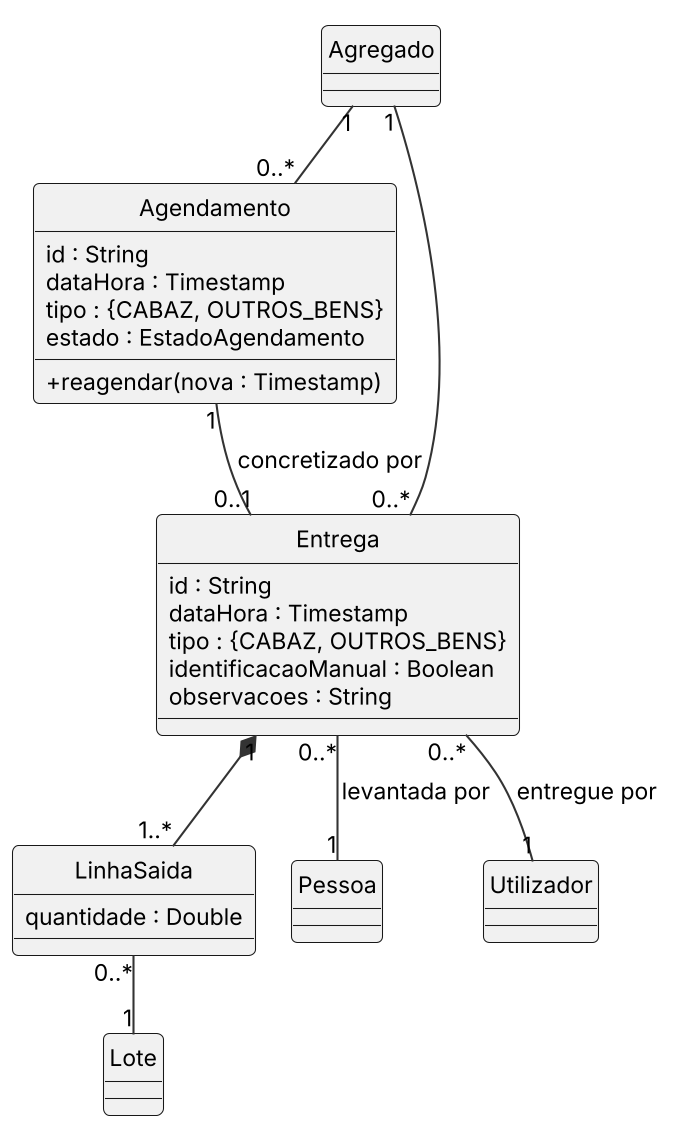
The PlantUML diagram Docs/diagramas/cl_entregas.png in Miguel31028/GASC, before a commit.
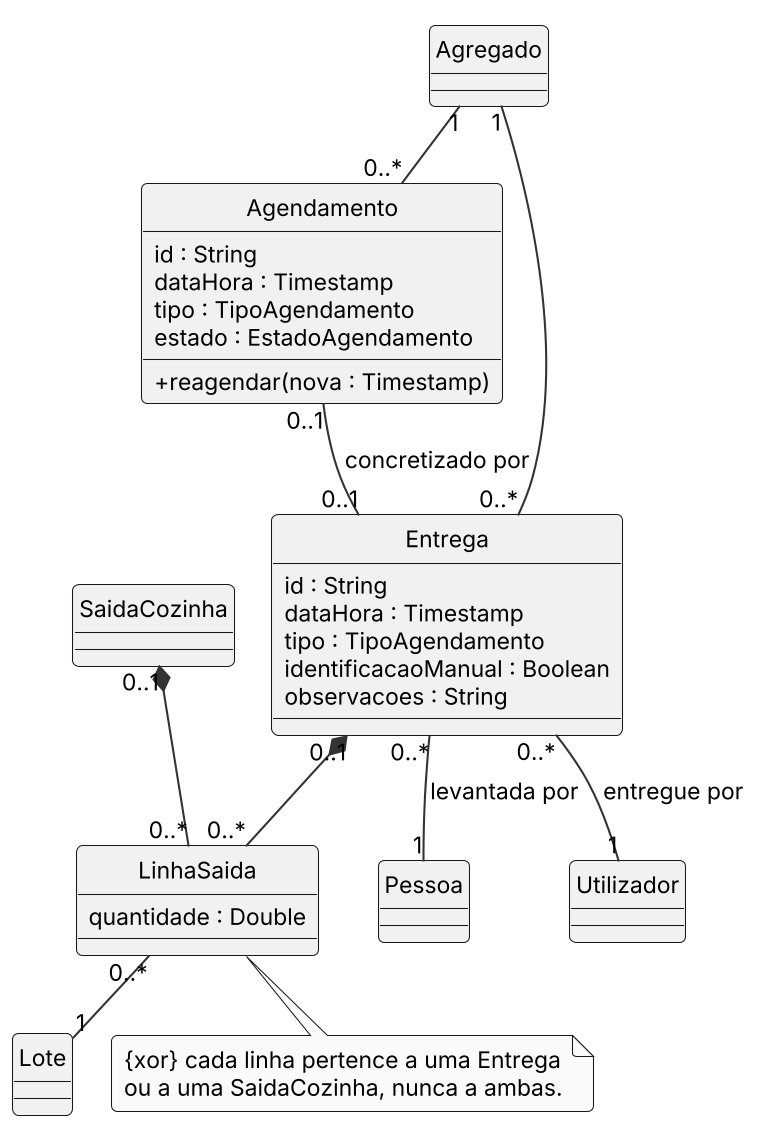
Above is the later version.

Diff of the diagram source:
```diff
@@ -5,29 +5,32 @@
 class Agendamento {
   id : String
   dataHora : Timestamp
-  tipo : {CABAZ, OUTROS_BENS}
+  tipo : TipoAgendamento
   estado : EstadoAgendamento
   +reagendar(nova : Timestamp)
 }
 class Entrega {
   id : String
   dataHora : Timestamp
-  tipo : {CABAZ, OUTROS_BENS}
+  tipo : TipoAgendamento
   identificacaoManual : Boolean
   observacoes : String
 }
 class LinhaSaida {
   quantidade : Double
 }
+class SaidaCozinha
 class Agregado
 class Pessoa
 class Utilizador
 class Lote
 Agregado "1" -- "0..*" Agendamento
-Agendamento "1" -- "0..1" Entrega : concretizado por >
+Agendamento "0..1" -- "0..1" Entrega : concretizado por >
 Agregado "1" -- "0..*" Entrega
 Entrega "0..*" -- "1" Pessoa : levantada por >
 Entrega "0..*" -- "1" Utilizador : entregue por >
-Entrega "1" *-- "1..*" LinhaSaida
+Entrega "0..1" *-- "0..*" LinhaSaida
+SaidaCozinha "0..1" *-- "0..*" LinhaSaida
 LinhaSaida "0..*" -- "1" Lote
+note bottom of LinhaSaida : {xor} cada linha pertence a uma Entrega\nou a uma SaidaCozinha, nunca a ambas.
 @enduml
```
